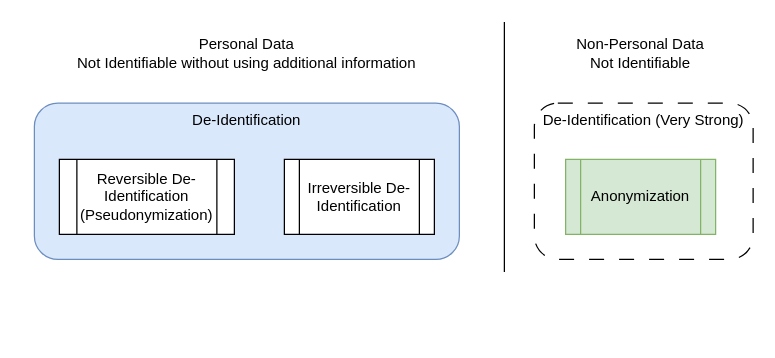
Above: input/images-source/relationships-between-concepts.drawio in IHE/ITI.DeIdHandbook (draw.io), before the change. Source tidied: cells renumbered, new cells numbered last; positions are measured from the earlier drawing's top-left corner, leaving out a move shared by most shapes. Both pictures are drawn from the tidied source at 125%, with x=0, y=0 at pixel (34, 21).
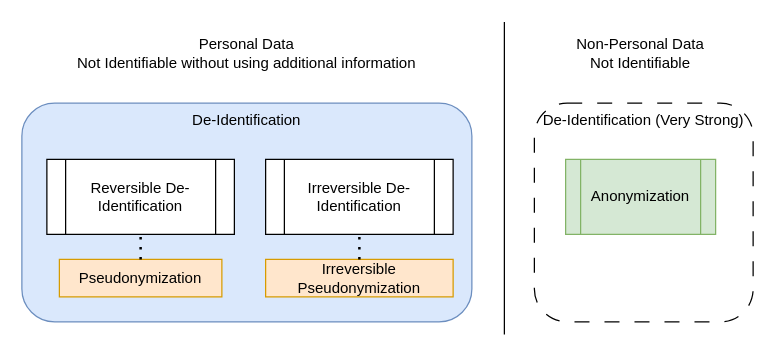
After the change.

Commit message (it also covers changes not shown here):
updated the section of General Approach

What changed in the source:
```diff
@@
 <mxGraphModel>
   <root>
     <mxCell id="0" />
     <mxCell id="1" parent="0" />
     <mxCell id="2" value="De-Identification" style="rounded=1;whiteSpace=wrap;html=1;fillColor=#dae8fc;strokeColor=#6c8ebf;verticalAlign=top;" parent="1" vertex="1">
-      <mxGeometry y="65" width="340" height="125" as="geometry" />
+      <mxGeometry x="-10" y="65" width="360" height="175" as="geometry" />
     </mxCell>
-    <mxCell id="3" value="Reversible De-Identification (Pseudonymization)" style="shape=process;whiteSpace=wrap;html=1;backgroundOutline=1;" parent="1" vertex="1">
-      <mxGeometry x="20" y="110" width="140" height="60" as="geometry" />
+    <mxCell id="3" value="Reversible De-Identification" style="shape=process;whiteSpace=wrap;html=1;backgroundOutline=1;" parent="1" vertex="1">
+      <mxGeometry x="10" y="110" width="150" height="60" as="geometry" />
     </mxCell>
     <mxCell id="4" value="Irreversible De-Identification" style="shape=process;whiteSpace=wrap;html=1;backgroundOutline=1;" parent="1" vertex="1">
-      <mxGeometry x="200" y="110" width="120" height="60" as="geometry" />
+      <mxGeometry x="185" y="110" width="150" height="60" as="geometry" />
     </mxCell>
     <mxCell id="5" style="endArrow=none;html=1;rounded=0;" parent="1" edge="1">
       <mxGeometry relative="1" as="geometry">
-        <mxPoint x="376" y="200" as="sourcePoint" />
+        <mxPoint x="376" y="250" as="sourcePoint" />
         <mxPoint x="376" as="targetPoint" />
       </mxGeometry>
     </mxCell>
     <mxCell id="6" value="&lt;div&gt;Personal Data&lt;/div&gt;Not Identifiable without using additional information" style="text;html=1;align=center;verticalAlign=middle;whiteSpace=wrap;rounded=0;" parent="1" vertex="1">
       <mxGeometry y="10" width="340" height="30" as="geometry" />
     </mxCell>
     <mxCell id="7" value="&lt;div&gt;Non-Personal Data&lt;/div&gt;Not Identifiable" style="text;html=1;align=center;verticalAlign=middle;whiteSpace=wrap;rounded=0;" parent="1" vertex="1">
       <mxGeometry x="395" y="10" width="180" height="30" as="geometry" />
     </mxCell>
     <mxCell id="8" value="De-Identification (Very Strong)" style="rounded=1;whiteSpace=wrap;html=1;verticalAlign=top;dashed=1;dashPattern=12 12;" parent="1" vertex="1">
-      <mxGeometry x="400" y="65" width="175" height="125" as="geometry" />
+      <mxGeometry x="400" y="65" width="175" height="175" as="geometry" />
     </mxCell>
     <mxCell id="9" value="Anonymization" style="shape=process;whiteSpace=wrap;html=1;backgroundOutline=1;fillColor=#d5e8d4;strokeColor=#82b366;" parent="1" vertex="1">
       <mxGeometry x="425" y="110" width="120" height="60" as="geometry" />
     </mxCell>
+    <mxCell id="10" value="Pseudonymization" style="text;html=1;align=center;verticalAlign=middle;whiteSpace=wrap;rounded=0;fillColor=#ffe6cc;strokeColor=#d79b00;" parent="1" vertex="1">
+      <mxGeometry x="20" y="190" width="130" height="30" as="geometry" />
+    </mxCell>
+    <mxCell id="11" value="Irreversible&lt;div&gt;Pseudonymization&lt;/div&gt;" style="text;html=1;align=center;verticalAlign=middle;whiteSpace=wrap;rounded=0;fillColor=#ffe6cc;strokeColor=#d79b00;" parent="1" vertex="1">
+      <mxGeometry x="185" y="190" width="150" height="30" as="geometry" />
+    </mxCell>
+    <mxCell id="12" style="endArrow=none;dashed=1;html=1;dashPattern=1 3;strokeWidth=2;rounded=0;entryX=0.5;entryY=1;entryDx=0;entryDy=0;exitX=0.5;exitY=0;exitDx=0;exitDy=0;" parent="1" edge="1" source="10" target="3">
+      <mxGeometry relative="1" as="geometry" />
+    </mxCell>
+    <mxCell id="13" style="endArrow=none;dashed=1;html=1;dashPattern=1 3;strokeWidth=2;rounded=0;exitX=0.5;exitY=0;exitDx=0;exitDy=0;entryX=0.5;entryY=1;entryDx=0;entryDy=0;" parent="1" edge="1" source="11" target="4">
+      <mxGeometry relative="1" as="geometry" />
+    </mxCell>
   </root>
 </mxGraphModel>
```
